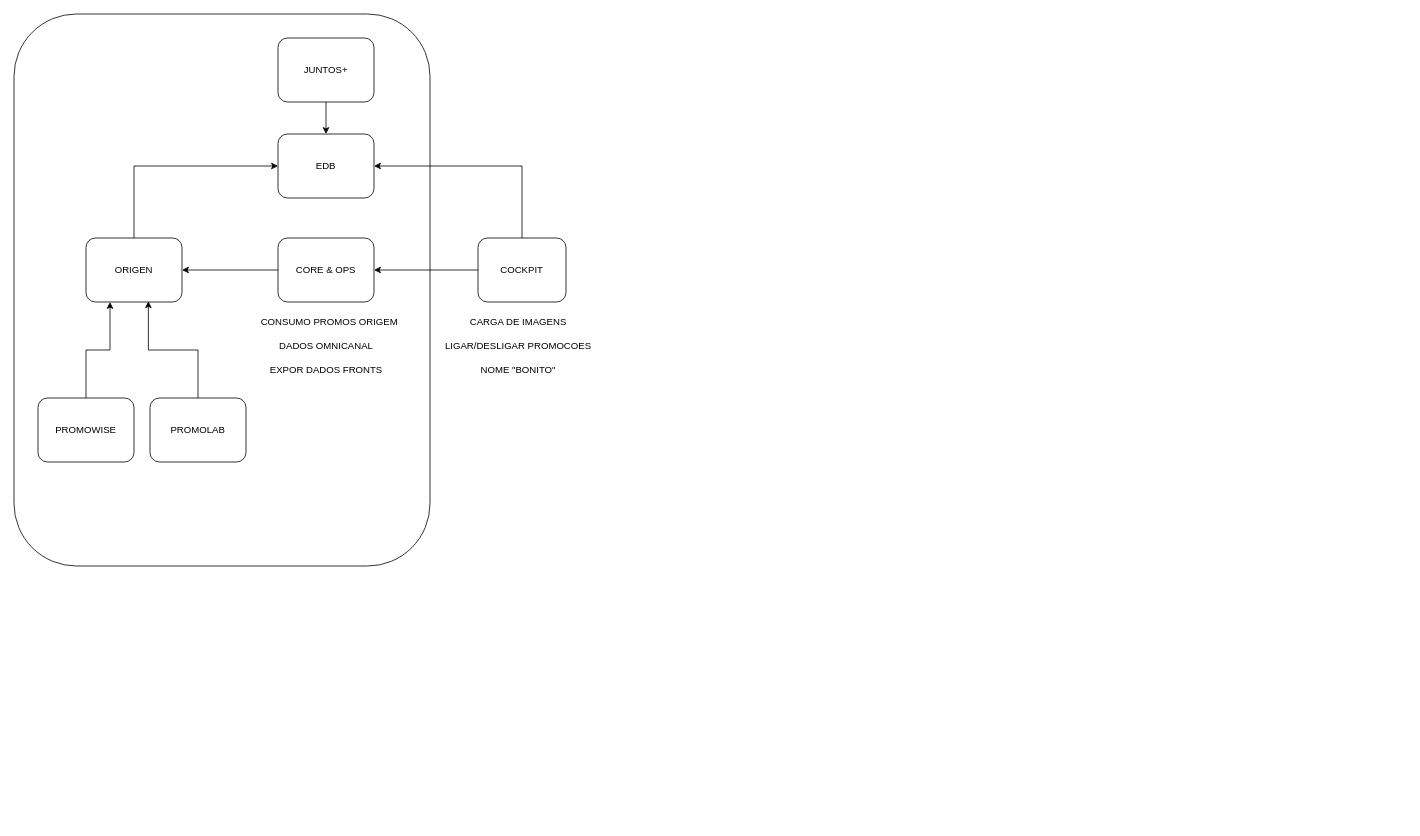
Earlier version of the draw.io diagram Promo Solution.drawio (marcelatanaka-datascience/diagrams). Source tidied: cells renumbered, new cells numbered last; positions are measured from the earlier drawing's top-left corner, leaving out a move shared by most shapes. Both pictures are drawn from the tidied source at 80%, with x=0, y=0 at pixel (14, 14).
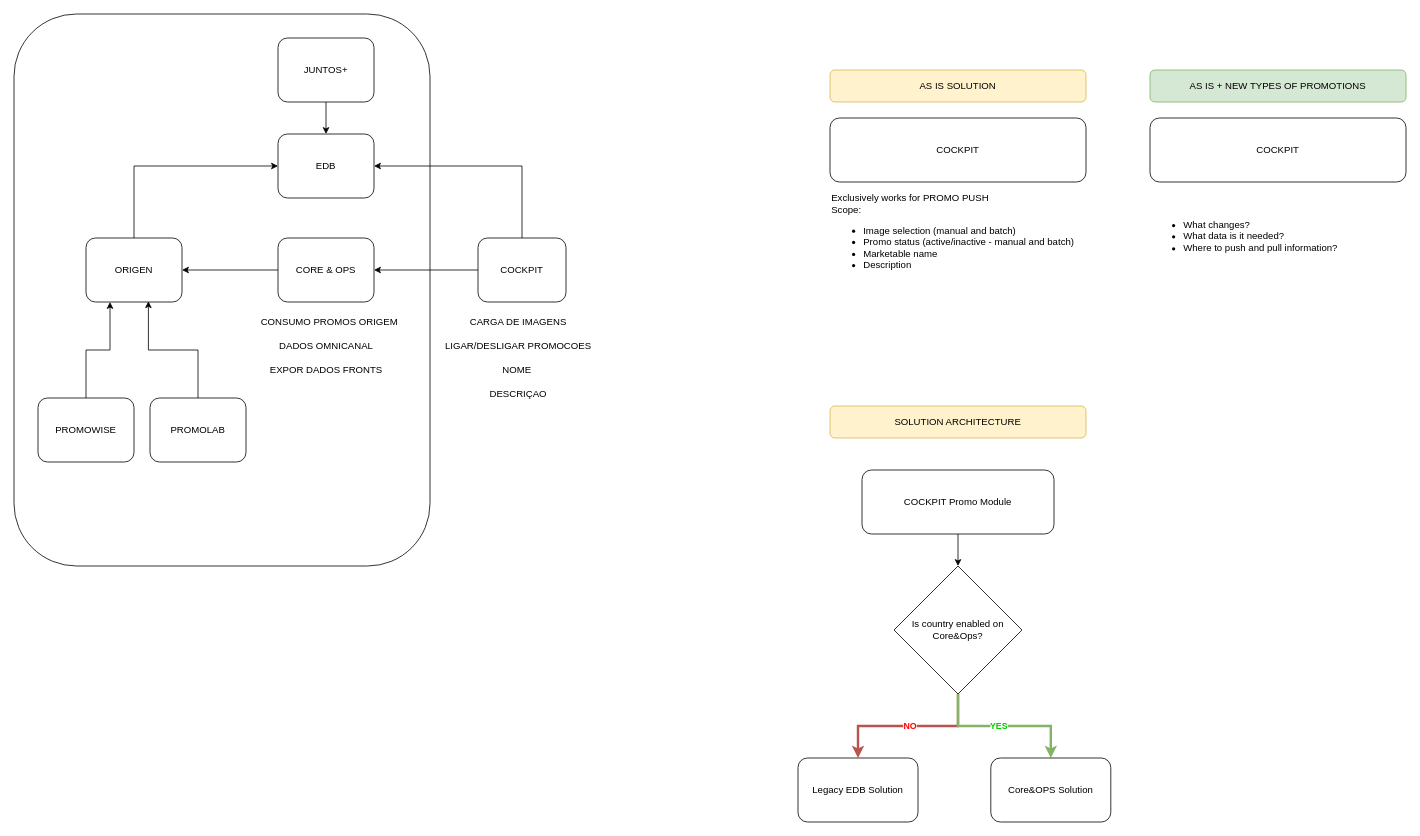
The same diagram, later.

Change to the diagram source:
```diff
@@
-    <mxCell id="16" value="NOME &quot;BONITO&quot;" style="text;html=1;align=center;verticalAlign=middle;strokeColor=none;fillColor=none;" parent="1" vertex="1">
-      <mxGeometry x="570" y="430" width="120" height="30" as="geometry" />
+    <mxCell id="16" value="NOME&amp;nbsp;" style="text;html=1;align=center;verticalAlign=middle;strokeColor=none;fillColor=none;" parent="1" vertex="1">
+      <mxGeometry x="600" y="430" width="60" height="30" as="geometry" />
     </mxCell>
@@
+    <mxCell id="23" value="DESCRIÇAO" style="text;html=1;align=center;verticalAlign=middle;strokeColor=none;fillColor=none;" parent="1" vertex="1">
+      <mxGeometry x="585" y="460" width="90" height="30" as="geometry" />
+    </mxCell>
+    <mxCell id="24" value="COCKPIT" style="rounded=1;whiteSpace=wrap;html=1;" parent="1" vertex="1">
+      <mxGeometry x="1020" y="130" width="320" height="80" as="geometry" />
+    </mxCell>
+    <mxCell id="25" value="AS IS SOLUTION" style="rounded=1;whiteSpace=wrap;html=1;fillColor=#fff2cc;strokeColor=#d6b656;" parent="1" vertex="1">
+      <mxGeometry x="1020" y="70" width="320" height="40" as="geometry" />
+    </mxCell>
+    <mxCell id="26" value="Exclusively works for PROMO PUSH&lt;div&gt;Scope:&lt;/div&gt;&lt;div&gt;&lt;ul&gt;&lt;li&gt;Image selection (manual and batch)&lt;/li&gt;&lt;li&gt;Promo status (active/inactive - manual and batch)&lt;/li&gt;&lt;li&gt;Marketable name&lt;/li&gt;&lt;li&gt;Description&lt;/li&gt;&lt;/ul&gt;&lt;/div&gt;&lt;div&gt;&lt;br&gt;&lt;/div&gt;" style="text;html=1;align=left;verticalAlign=middle;strokeColor=none;fillColor=none;" parent="1" vertex="1">
+      <mxGeometry x="1020" y="215" width="330" height="140" as="geometry" />
+    </mxCell>
+    <mxCell id="27" value="COCKPIT" style="rounded=1;whiteSpace=wrap;html=1;" parent="1" vertex="1">
+      <mxGeometry x="1420" y="130" width="320" height="80" as="geometry" />
+    </mxCell>
+    <mxCell id="28" value="AS IS + NEW TYPES OF PROMOTIONS" style="rounded=1;whiteSpace=wrap;html=1;fillColor=#d5e8d4;strokeColor=#82b366;" parent="1" vertex="1">
+      <mxGeometry x="1420" y="70" width="320" height="40" as="geometry" />
+    </mxCell>
+    <mxCell id="29" value="&lt;ul&gt;&lt;li&gt;What changes?&lt;/li&gt;&lt;li&gt;What data is it needed?&lt;/li&gt;&lt;li&gt;Where to push and pull information?&lt;/li&gt;&lt;/ul&gt;&lt;div&gt;&lt;br&gt;&lt;/div&gt;" style="text;html=1;align=left;verticalAlign=middle;strokeColor=none;fillColor=none;" parent="1" vertex="1">
+      <mxGeometry x="1420" y="235" width="260" height="100" as="geometry" />
+    </mxCell>
+    <mxCell id="30" style="edgeStyle=orthogonalEdgeStyle;rounded=0;jettySize=auto;html=1;entryX=0.5;entryY=0;entryDx=0;entryDy=0;" parent="1" edge="1" source="31" target="37">
+      <mxGeometry relative="1" as="geometry" />
+    </mxCell>
+    <mxCell id="31" value="COCKPIT Promo Module" style="rounded=1;whiteSpace=wrap;html=1;" parent="1" vertex="1">
+      <mxGeometry x="1060" y="570" width="240" height="80" as="geometry" />
+    </mxCell>
+    <mxCell id="32" value="SOLUTION ARCHITECTURE" style="rounded=1;whiteSpace=wrap;html=1;fillColor=#fff2cc;strokeColor=#d6b656;" parent="1" vertex="1">
+      <mxGeometry x="1020" y="490" width="320" height="40" as="geometry" />
+    </mxCell>
+    <mxCell id="33" style="edgeStyle=orthogonalEdgeStyle;rounded=0;jettySize=auto;html=1;entryX=0.5;entryY=0;entryDx=0;entryDy=0;fillColor=#f8cecc;strokeColor=#b85450;strokeWidth=3;" parent="1" edge="1" source="37" target="38">
+      <mxGeometry relative="1" as="geometry" />
+    </mxCell>
+    <mxCell id="34" value="&lt;font style=&quot;color: rgb(255, 0, 0);&quot;&gt;&lt;b&gt;NO&lt;/b&gt;&lt;/font&gt;" style="edgeLabel;html=1;align=center;verticalAlign=middle;" parent="33" vertex="1">
+      <mxGeometry x="0.13" y="-1" relative="1" as="geometry">
+        <mxPoint x="15" as="offset" />
+      </mxGeometry>
+    </mxCell>
+    <mxCell id="35" style="edgeStyle=orthogonalEdgeStyle;rounded=0;jettySize=auto;html=1;entryX=0.5;entryY=0;entryDx=0;entryDy=0;fillColor=#d5e8d4;strokeColor=#82b366;strokeWidth=3;" parent="1" edge="1" source="37" target="39">
+      <mxGeometry relative="1" as="geometry" />
+    </mxCell>
+    <mxCell id="36" value="&lt;font style=&quot;color: rgb(0, 204, 0);&quot;&gt;&lt;b&gt;YES&lt;/b&gt;&lt;/font&gt;" style="edgeLabel;html=1;align=center;verticalAlign=middle;" parent="35" vertex="1">
+      <mxGeometry x="-0.08" y="1" relative="1" as="geometry" />
+    </mxCell>
+    <mxCell id="37" value="Is country enabled on Core&amp;amp;Ops?" style="rhombus;whiteSpace=wrap;html=1;" parent="1" vertex="1">
+      <mxGeometry x="1100" y="690" width="160" height="160" as="geometry" />
+    </mxCell>
+    <mxCell id="38" value="Legacy EDB Solution" style="rounded=1;whiteSpace=wrap;html=1;" parent="1" vertex="1">
+      <mxGeometry x="980" y="930" width="150" height="80" as="geometry" />
+    </mxCell>
+    <mxCell id="39" value="Core&amp;amp;OPS Solution" style="rounded=1;whiteSpace=wrap;html=1;" parent="1" vertex="1">
+      <mxGeometry x="1221" y="930" width="150" height="80" as="geometry" />
+    </mxCell>
```
